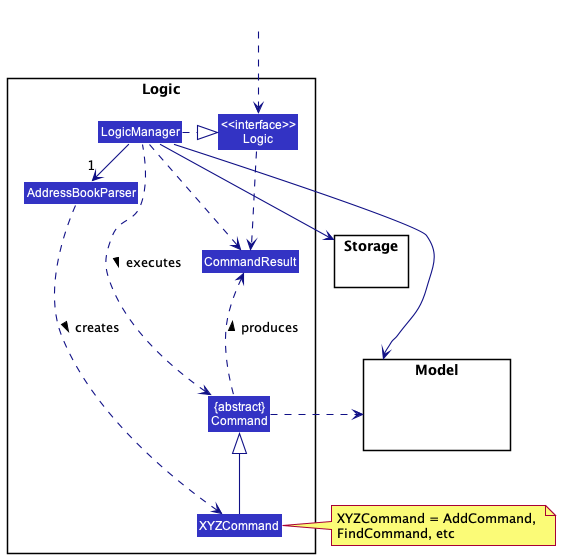
Above: docs/images/LogicClassDiagram.png in nus-cs2103-AY2223S2/tp (PlantUML), before the change.
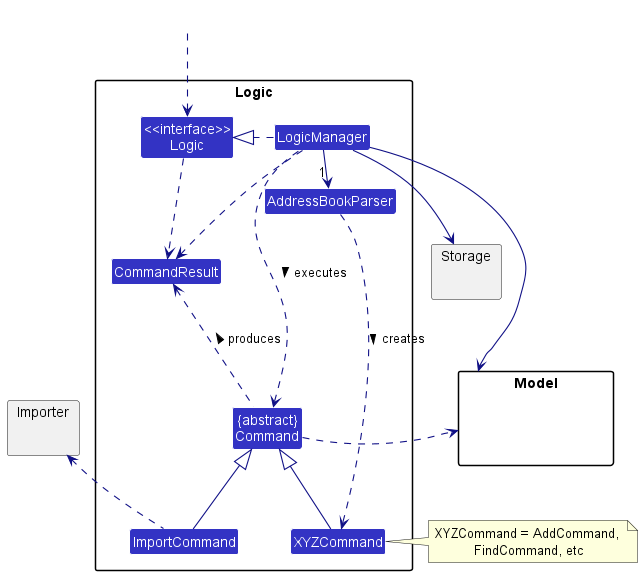
The same diagram one commit later.

Change to the diagram source:
```diff
@@ -7,6 +7,7 @@
 package Logic {
 
 Class AddressBookParser
+Class ImportCommand
 Class XYZCommand
 Class CommandResult
 Class "{abstract}\nCommand" as Command
@@ -23,6 +24,9 @@
 package Storage{
 }
 
+package Importer{
+}
+
 Class HiddenOutside #FFFFFF
 HiddenOutside ..> Logic
 
@@ -31,6 +35,7 @@
 AddressBookParser ..> XYZCommand : creates >
 
 XYZCommand -up-|> Command
+ImportCommand -up-|> Command
 LogicManager .left.> Command : executes >
 
 LogicManager --> Model
@@ -40,6 +45,8 @@
 Command .right.> Model
 note right of XYZCommand: XYZCommand = AddCommand, \nFindCommand, etc
 
+ImportCommand .up.> Importer
+
 Logic ..> CommandResult
 LogicManager .down.> CommandResult
 Command .up.> CommandResult : produces >
```
